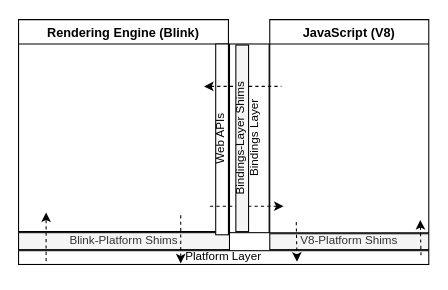
This is page "recording-engine" (1 of 5) of replay-diagrams.drawio from jallen89/jscapsule-figures, a draw.io file, before an edit. Source tidied: cells renumbered, new cells numbered last; positions are measured from the earlier drawing's top-left corner, leaving out a move shared by most shapes. Both pictures are drawn from the tidied source at 106%, with x=0, y=0 at pixel (18, 19).
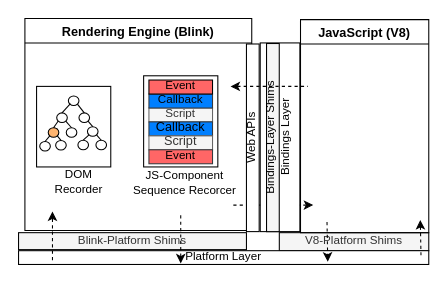
The same diagram, later.

What changed in the source:
```diff
@@
     <mxCell id="2" value="&lt;div style=&quot;font-size: 11px&quot;&gt;V8-Platform Shims&lt;/div&gt;" style="rounded=0;whiteSpace=wrap;html=1;fillColor=#f5f5f5;fontColor=#333333;strokeColor=#000000;spacingBottom=3;" parent="1" vertex="1">
-      <mxGeometry x="237" y="202" width="150" height="15" as="geometry" />
+      <mxGeometry x="246" y="201" width="141" height="17" as="geometry" />
     </mxCell>
@@
     <mxCell id="4" value="&lt;font style=&quot;font-size: 11px&quot;&gt;Blink-Platform Shims&lt;/font&gt;" style="rounded=0;whiteSpace=wrap;html=1;fillColor=#f5f5f5;fontColor=#333333;strokeColor=#000000;spacingBottom=3;" parent="1" vertex="1">
-      <mxGeometry y="201" width="199" height="16" as="geometry" />
+      <mxGeometry y="201" width="215" height="16" as="geometry" />
     </mxCell>
-    <mxCell id="5" value="Bindings Layer" style="rounded=0;whiteSpace=wrap;html=1;fontSize=11;rotation=-90;spacingTop=10;" parent="1" vertex="1">
-      <mxGeometry x="128.7" y="93.3" width="178" height="37.4" as="geometry" />
-    </mxCell>
     <mxCell id="6" value="Rendering Engine (Blink)" style="swimlane;" parent="1" vertex="1">
-      <mxGeometry width="198" height="200" as="geometry" />
+      <mxGeometry x="6" y="-1" width="214" height="200" as="geometry" />
     </mxCell>
-    <mxCell id="7" value="&lt;div style=&quot;font-size: 11px;&quot;&gt;Web APIs&lt;/div&gt;" style="rounded=0;whiteSpace=wrap;html=1;strokeColor=#000000;rotation=-90;spacingBottom=3;fontSize=11;" parent="6" vertex="1">
-      <mxGeometry x="102" y="107" width="180" height="12" as="geometry" />
-    </mxCell>
-    <mxCell id="8" style="endArrow=none;dashed=1;html=1;rounded=0;fontSize=11;startArrow=classic;startFill=1;" parent="6" edge="1">
-      <mxGeometry relative="1" as="geometry">
-        <mxPoint x="175" y="63" as="sourcePoint" />
-        <mxPoint x="248" y="63" as="targetPoint" />
-      </mxGeometry>
-    </mxCell>
@@
+    <mxCell id="16" value="Script" style="rounded=0;whiteSpace=wrap;html=1;fillColor=#f5f5f5;strokeColor=#666666;strokeWidth=1;fontColor=#333333;spacingBottom=3;fontSize=11;" parent="6" vertex="1">
+      <mxGeometry x="117" y="84.3" width="60" height="13.2" as="geometry" />
+    </mxCell>
+    <mxCell id="17" value="Callback" style="rounded=0;whiteSpace=wrap;html=1;fillColor=#007FFF;strokeColor=#36393d;strokeWidth=1;spacingBottom=3;" parent="6" vertex="1">
+      <mxGeometry x="117" y="97.5" width="60" height="13.2" as="geometry" />
+    </mxCell>
+    <mxCell id="18" value="Script" style="rounded=0;whiteSpace=wrap;html=1;fillColor=#f5f5f5;strokeColor=#666666;strokeWidth=1;fontColor=#333333;spacingBottom=3;" parent="6" vertex="1">
+      <mxGeometry x="117" y="110.7" width="60" height="13.2" as="geometry" />
+    </mxCell>
+    <mxCell id="19" value="&lt;font style=&quot;font-size: 11px&quot;&gt;Event&lt;br&gt;&lt;/font&gt;" style="rounded=0;whiteSpace=wrap;html=1;fillColor=#FF6666;strokeColor=#36393d;strokeWidth=1;spacingBottom=2;" parent="6" vertex="1">
+      <mxGeometry x="117" y="123.8" width="60" height="13.2" as="geometry" />
+    </mxCell>
+    <mxCell id="20" value="Callback" style="rounded=0;whiteSpace=wrap;html=1;fillColor=#007FFF;strokeColor=#36393d;strokeWidth=1;fontSize=11;spacingTop=0;spacingBottom=3;" parent="6" vertex="1">
+      <mxGeometry x="117" y="71.2" width="60" height="13.2" as="geometry" />
+    </mxCell>
+    <mxCell id="21" value="&lt;font style=&quot;font-size: 11px&quot;&gt;Event&lt;/font&gt;" style="rounded=0;whiteSpace=wrap;html=1;fillColor=#FF6666;strokeColor=#000000;strokeWidth=1;spacingBottom=3;" parent="6" vertex="1">
+      <mxGeometry x="117" y="58" width="60" height="13.2" as="geometry" />
+    </mxCell>
+    <mxCell id="22" style="rounded=0;whiteSpace=wrap;html=1;fontSize=11;fontColor=#000000;strokeColor=#000000;strokeWidth=1;fillColor=none;rotation=-90;" parent="6" vertex="1">
+      <mxGeometry x="104" y="62" width="86" height="70" as="geometry" />
+    </mxCell>
+    <mxCell id="23" value="&lt;div&gt;JS-Component&lt;/div&gt;&lt;div&gt;Sequence Recorcer&lt;br&gt;&lt;/div&gt;" style="text;html=1;strokeColor=none;fillColor=none;align=center;verticalAlign=middle;whiteSpace=wrap;rounded=0;fontSize=11;fontColor=#000000;" parent="6" vertex="1">
+      <mxGeometry x="101" y="140" width="100" height="30" as="geometry" />
+    </mxCell>
+    <mxCell id="24" style="group;" parent="6" vertex="1">
+      <mxGeometry x="22" y="73" width="39" height="39" as="geometry" />
+    </mxCell>
+    <mxCell id="25" style="verticalLabelPosition=bottom;verticalAlign=top;html=1;shape=mxgraph.flowchart.on-page_reference;fontSize=8;" parent="24" vertex="1">
+      <mxGeometry x="19" width="10" height="9" as="geometry" />
+    </mxCell>
+    <mxCell id="26" style="edgeStyle=none;rounded=0;orthogonalLoop=1;jettySize=auto;html=1;exitX=0.855;exitY=0.145;exitDx=0;exitDy=0;exitPerimeter=0;entryX=0.5;entryY=0;entryDx=0;entryDy=0;entryPerimeter=0;fontSize=8;startArrow=none;startFill=0;endArrow=none;endFill=0;" parent="24" edge="1" source="32" target="32">
+      <mxGeometry relative="1" as="geometry" />
+    </mxCell>
+    <mxCell id="27" style="rounded=0;jettySize=auto;html=1;exitX=0.145;exitY=0.855;exitDx=0;exitDy=0;exitPerimeter=0;entryX=0.5;entryY=0;entryDx=0;entryDy=0;entryPerimeter=0;fontSize=11;fontColor=#000000;startArrow=none;startFill=0;endArrow=none;endFill=0;" parent="24" edge="1" source="28" target="32">
+      <mxGeometry relative="1" as="geometry" />
+    </mxCell>
+    <mxCell id="28" style="verticalLabelPosition=bottom;verticalAlign=top;html=1;shape=mxgraph.flowchart.on-page_reference;fontSize=8;" parent="24" vertex="1">
+      <mxGeometry x="8" y="16" width="10" height="9" as="geometry" />
+    </mxCell>
+    <mxCell id="29" style="jettySize=auto;html=1;exitX=0.195;exitY=0.801;exitDx=0;exitDy=0;exitPerimeter=0;entryX=0.5;entryY=0;entryDx=0;entryDy=0;entryPerimeter=0;fontSize=8;startArrow=none;startFill=0;endArrow=none;endFill=0;rounded=0;" parent="24" edge="1" source="25" target="28">
+      <mxGeometry relative="1" as="geometry" />
+    </mxCell>
+    <mxCell id="30" style="verticalLabelPosition=bottom;verticalAlign=top;html=1;shape=mxgraph.flowchart.on-page_reference;fontSize=8;" parent="24" vertex="1">
+      <mxGeometry x="29" y="16" width="10" height="9" as="geometry" />
+    </mxCell>
+    <mxCell id="31" style="jettySize=auto;html=1;exitX=0.855;exitY=0.855;exitDx=0;exitDy=0;exitPerimeter=0;entryX=0.5;entryY=0;entryDx=0;entryDy=0;entryPerimeter=0;fontSize=8;startArrow=none;startFill=0;endArrow=none;endFill=0;" parent="24" edge="1" source="25" target="30">
+      <mxGeometry relative="1" as="geometry" />
+    </mxCell>
+    <mxCell id="32" style="verticalLabelPosition=bottom;verticalAlign=top;html=1;shape=mxgraph.flowchart.on-page_reference;fontSize=8;fillColor=#FFB570;" parent="24" vertex="1">
+      <mxGeometry y="30" width="10" height="9" as="geometry" />
+    </mxCell>
+    <mxCell id="33" style="verticalLabelPosition=bottom;verticalAlign=top;html=1;shape=mxgraph.flowchart.on-page_reference;fontSize=8;" parent="24" vertex="1">
+      <mxGeometry x="17" y="30" width="10" height="9" as="geometry" />
+    </mxCell>
+    <mxCell id="34" style="edgeStyle=none;rounded=0;jettySize=auto;html=1;exitX=0.855;exitY=0.855;exitDx=0;exitDy=0;exitPerimeter=0;entryX=0.5;entryY=0;entryDx=0;entryDy=0;entryPerimeter=0;fontSize=8;startArrow=none;startFill=0;endArrow=none;endFill=0;" parent="24" edge="1" source="28" target="33">
+      <mxGeometry relative="1" as="geometry" />
+    </mxCell>
+    <mxCell id="35" style="edgeStyle=none;rounded=0;jettySize=auto;html=1;exitX=0.145;exitY=0.855;exitDx=0;exitDy=0;exitPerimeter=0;entryX=0.5;entryY=0;entryDx=0;entryDy=0;entryPerimeter=0;fontSize=11;fontColor=#000000;startArrow=none;startFill=0;endArrow=none;endFill=0;" parent="6" edge="1" source="37" target="39">
+      <mxGeometry relative="1" as="geometry" />
+    </mxCell>
+    <mxCell id="36" style="edgeStyle=none;rounded=0;jettySize=auto;html=1;exitX=0.855;exitY=0.855;exitDx=0;exitDy=0;exitPerimeter=0;entryX=0.5;entryY=0;entryDx=0;entryDy=0;entryPerimeter=0;fontSize=11;fontColor=#000000;startArrow=none;startFill=0;endArrow=none;endFill=0;" parent="6" edge="1" source="37" target="40">
+      <mxGeometry relative="1" as="geometry" />
+    </mxCell>
+    <mxCell id="37" style="verticalLabelPosition=bottom;verticalAlign=top;html=1;shape=mxgraph.flowchart.on-page_reference;fontSize=8;" parent="6" vertex="1">
+      <mxGeometry x="59" y="102" width="10" height="9" as="geometry" />
+    </mxCell>
+    <mxCell id="38" style="edgeStyle=none;rounded=0;jettySize=auto;html=1;exitX=0.855;exitY=0.855;exitDx=0;exitDy=0;exitPerimeter=0;entryX=0.5;entryY=0;entryDx=0;entryDy=0;entryPerimeter=0;fontSize=11;fontColor=#000000;startArrow=none;startFill=0;endArrow=none;endFill=0;" parent="6" edge="1" source="30" target="37">
+      <mxGeometry relative="1" as="geometry" />
+    </mxCell>
+    <mxCell id="39" style="verticalLabelPosition=bottom;verticalAlign=top;html=1;shape=mxgraph.flowchart.on-page_reference;fontSize=8;" parent="6" vertex="1">
+      <mxGeometry x="50" y="114.8" width="10" height="9" as="geometry" />
+    </mxCell>
+    <mxCell id="40" style="verticalLabelPosition=bottom;verticalAlign=top;html=1;shape=mxgraph.flowchart.on-page_reference;fontSize=8;" parent="6" vertex="1">
+      <mxGeometry x="67" y="114.8" width="10" height="9" as="geometry" />
+    </mxCell>
+    <mxCell id="41" style="verticalLabelPosition=bottom;verticalAlign=top;html=1;shape=mxgraph.flowchart.on-page_reference;fontSize=8;" parent="6" vertex="1">
+      <mxGeometry x="29" y="115" width="10" height="9" as="geometry" />
+    </mxCell>
+    <mxCell id="42" style="verticalLabelPosition=bottom;verticalAlign=top;html=1;shape=mxgraph.flowchart.on-page_reference;fontSize=8;" parent="6" vertex="1">
+      <mxGeometry x="14" y="116" width="10" height="9" as="geometry" />
+    </mxCell>
+    <mxCell id="43" style="edgeStyle=none;rounded=0;jettySize=auto;html=1;exitX=0.855;exitY=0.855;exitDx=0;exitDy=0;exitPerimeter=0;entryX=0.5;entryY=0;entryDx=0;entryDy=0;entryPerimeter=0;fontSize=11;fontColor=#000000;startArrow=none;startFill=0;endArrow=none;endFill=0;" parent="6" edge="1" source="32" target="41">
+      <mxGeometry relative="1" as="geometry" />
+    </mxCell>
+    <mxCell id="44" style="edgeStyle=none;rounded=0;jettySize=auto;html=1;exitX=0.145;exitY=0.855;exitDx=0;exitDy=0;exitPerimeter=0;entryX=0.5;entryY=0;entryDx=0;entryDy=0;entryPerimeter=0;fontSize=11;fontColor=#000000;startArrow=none;startFill=0;endArrow=none;endFill=0;" parent="6" edge="1" source="32" target="42">
+      <mxGeometry relative="1" as="geometry" />
+    </mxCell>
+    <mxCell id="45" style="rounded=0;whiteSpace=wrap;html=1;fontSize=11;fontColor=#000000;strokeColor=#000000;strokeWidth=1;fillColor=none;rotation=-90;" parent="6" vertex="1">
+      <mxGeometry x="8" y="67" width="76" height="70" as="geometry" />
+    </mxCell>
+    <mxCell id="46" value="&lt;div&gt;DOM&lt;/div&gt;&lt;div&gt;Recorder&lt;br&gt;&lt;/div&gt;" style="text;html=1;strokeColor=none;fillColor=none;align=center;verticalAlign=middle;whiteSpace=wrap;rounded=0;fontSize=11;fontColor=#000000;" parent="6" vertex="1">
+      <mxGeometry x="1" y="139" width="100" height="30" as="geometry" />
+    </mxCell>
     <mxCell id="10" value="JavaScript (V8)" style="swimlane;" parent="1" vertex="1">
-      <mxGeometry x="237" width="150" height="201" as="geometry" />
+      <mxGeometry x="266" width="121" height="201" as="geometry" />
     </mxCell>
     <mxCell id="11" style="endArrow=none;dashed=1;html=1;rounded=0;fontSize=11;startArrow=classic;startFill=1;" parent="10" edge="1">
       <mxGeometry relative="1" as="geometry">
-        <mxPoint x="13" y="176" as="sourcePoint" />
-        <mxPoint x="-59" y="176" as="targetPoint" />
+        <mxPoint x="12" y="175" as="sourcePoint" />
+        <mxPoint x="-65" y="175" as="targetPoint" />
       </mxGeometry>
     </mxCell>
@@
-    <mxCell id="13" value="&lt;div&gt;Bindings-Layer Shims&lt;/div&gt;" style="rounded=0;whiteSpace=wrap;html=1;fontSize=11;strokeColor=#000000;rotation=-90;spacingBottom=4;fillColor=#f5f5f5;fontColor=#000000;" parent="1" vertex="1">
-      <mxGeometry x="123" y="106" width="176" height="12" as="geometry" />
-    </mxCell>
@@
+    <mxCell id="47" style="group;" parent="1" vertex="1">
+      <mxGeometry x="228" y="22" width="100.7" height="178" as="geometry" />
+    </mxCell>
+    <mxCell id="5" value="Bindings Layer" style="rounded=0;whiteSpace=wrap;html=1;fontSize=11;rotation=-90;spacingTop=10;" parent="47" vertex="1">
+      <mxGeometry x="-70.3" y="70.3" width="178" height="37.4" as="geometry" />
+    </mxCell>
+    <mxCell id="13" value="&lt;div&gt;Bindings-Layer Shims&lt;/div&gt;" style="rounded=0;whiteSpace=wrap;html=1;fontSize=11;strokeColor=#000000;rotation=-90;spacingBottom=4;fillColor=#f5f5f5;fontColor=#000000;" parent="47" vertex="1">
+      <mxGeometry x="-76.8" y="83.3" width="177.5" height="12" as="geometry" />
+    </mxCell>
+    <mxCell id="7" value="&lt;div style=&quot;font-size: 11px;&quot;&gt;Web APIs&lt;/div&gt;" style="rounded=0;whiteSpace=wrap;html=1;strokeColor=#000000;rotation=-90;spacingBottom=3;fontSize=11;" parent="1" vertex="1">
+      <mxGeometry x="132.5" y="105.5" width="177" height="12" as="geometry" />
+    </mxCell>
+    <mxCell id="8" style="endArrow=none;dashed=1;html=1;rounded=0;fontSize=11;startArrow=classic;startFill=1;" parent="1" edge="1">
+      <mxGeometry relative="1" as="geometry">
+        <mxPoint x="200" y="63" as="sourcePoint" />
+        <mxPoint x="273" y="63" as="targetPoint" />
+      </mxGeometry>
+    </mxCell>
```
